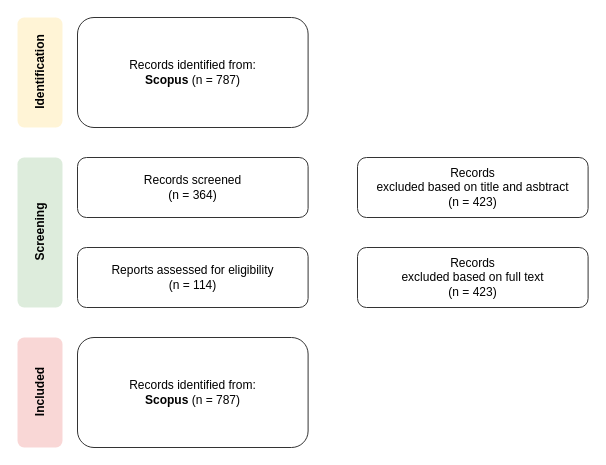
Before: SLR-Method.drawio in ariesharry/SLR-Production-Scheduling, a draw.io diagram. Source tidied: cells renumbered, new cells numbered last; positions are measured from the earlier drawing's top-left corner, leaving out a move shared by most shapes. Both pictures are drawn from the tidied source at 100%, with x=0, y=0 at pixel (17, 17).
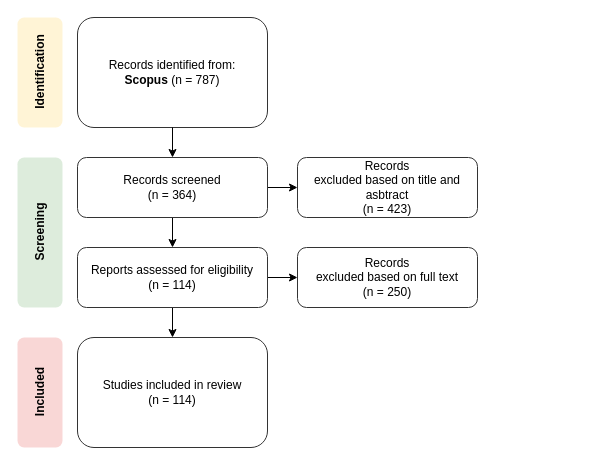
The same page after the edit.

What changed in the source:
```diff
@@
 <mxGraphModel>
   <root>
     <mxCell id="0" />
     <mxCell id="1" parent="0" />
     <mxCell id="2" value="Identification" style="rounded=1;whiteSpace=wrap;html=1;fillColor=#fff2cc;strokeColor=none;opacity=80;horizontal=0;fontStyle=1;" parent="1" vertex="1">
       <mxGeometry width="45" height="110" as="geometry" />
     </mxCell>
     <mxCell id="3" value="&lt;span style=&quot;font-size:9.0pt;mso-bidi-font-size:&lt;br/&gt;10.0pt;line-height:107%;font-family:&amp;quot;Arial&amp;quot;,sans-serif;mso-fareast-font-family:&lt;br/&gt;Calibri;mso-fareast-theme-font:minor-latin;color:black;mso-themecolor:text1;&lt;br/&gt;mso-ansi-language:EN-AU;mso-fareast-language:EN-US;mso-bidi-language:AR-SA&quot; lang=&quot;EN-AU&quot;&gt;Records identified from:&lt;br&gt;&lt;b&gt;Scopus&lt;/b&gt; (n = 787)&lt;br&gt;&lt;/span&gt;" style="rounded=1;whiteSpace=wrap;html=1;fillColor=none;strokeColor=#333333;" parent="1" vertex="1">
-      <mxGeometry x="60" width="230.6" height="110" as="geometry" />
+      <mxGeometry x="60" width="190" height="110" as="geometry" />
     </mxCell>
+    <mxCell id="11" style="edgeStyle=orthogonalEdgeStyle;rounded=0;jettySize=auto;html=1;exitX=0.5;exitY=1;exitDx=0;exitDy=0;entryX=0.5;entryY=0;entryDx=0;entryDy=0;" parent="1" edge="1" source="4" target="7">
+      <mxGeometry relative="1" as="geometry" />
+    </mxCell>
+    <mxCell id="12" style="edgeStyle=orthogonalEdgeStyle;rounded=0;jettySize=auto;html=1;exitX=1;exitY=0.5;exitDx=0;exitDy=0;entryX=0;entryY=0.5;entryDx=0;entryDy=0;" parent="1" edge="1" source="4" target="5">
+      <mxGeometry relative="1" as="geometry" />
+    </mxCell>
     <mxCell id="4" value="Records screened&lt;br&gt;(n = 364)" style="rounded=1;whiteSpace=wrap;html=1;fillColor=none;strokeColor=#333333;" parent="1" vertex="1">
-      <mxGeometry x="60" y="140" width="230.6" height="60" as="geometry" />
+      <mxGeometry x="60" y="140" width="190" height="60" as="geometry" />
     </mxCell>
     <mxCell id="5" value="&lt;span style=&quot;font-size:9.0pt;mso-bidi-font-size:&lt;br/&gt;10.0pt;line-height:107%;font-family:&amp;quot;Arial&amp;quot;,sans-serif;mso-fareast-font-family:&lt;br/&gt;Calibri;mso-fareast-theme-font:minor-latin;color:black;mso-themecolor:text1;&lt;br/&gt;mso-ansi-language:EN-AU;mso-fareast-language:EN-US;mso-bidi-language:AR-SA&quot; lang=&quot;EN-AU&quot;&gt;Records&lt;br&gt;excluded based on title and asbtract&lt;br&gt;(n = 423)&lt;br&gt;&lt;/span&gt;" style="rounded=1;whiteSpace=wrap;html=1;fillColor=none;strokeColor=#333333;" parent="1" vertex="1">
-      <mxGeometry x="340" y="140" width="230.6" height="60" as="geometry" />
+      <mxGeometry x="280" y="140" width="180" height="60" as="geometry" />
     </mxCell>
     <mxCell id="6" value="Screening" style="rounded=1;whiteSpace=wrap;html=1;fillColor=#d5e8d4;strokeColor=none;opacity=80;horizontal=0;fontStyle=1;" parent="1" vertex="1">
       <mxGeometry y="140" width="45" height="150" as="geometry" />
     </mxCell>
+    <mxCell id="13" style="edgeStyle=orthogonalEdgeStyle;rounded=0;jettySize=auto;html=1;exitX=0.5;exitY=1;exitDx=0;exitDy=0;" parent="1" edge="1" source="7" target="9">
+      <mxGeometry relative="1" as="geometry" />
+    </mxCell>
+    <mxCell id="14" style="edgeStyle=orthogonalEdgeStyle;rounded=0;jettySize=auto;html=1;exitX=1;exitY=0.5;exitDx=0;exitDy=0;entryX=0;entryY=0.5;entryDx=0;entryDy=0;" parent="1" edge="1" source="7" target="10">
+      <mxGeometry relative="1" as="geometry" />
+    </mxCell>
     <mxCell id="7" value="&lt;div&gt;Reports assessed for eligibility&lt;/div&gt;&lt;div&gt;(n = 114)&lt;/div&gt;" style="rounded=1;whiteSpace=wrap;html=1;fillColor=none;strokeColor=#333333;" parent="1" vertex="1">
-      <mxGeometry x="60" y="230" width="230.6" height="60" as="geometry" />
+      <mxGeometry x="60" y="230" width="190" height="60" as="geometry" />
     </mxCell>
     <mxCell id="8" value="Included" style="rounded=1;whiteSpace=wrap;html=1;fillColor=#f8cecc;strokeColor=none;opacity=80;horizontal=0;fontStyle=1;" parent="1" vertex="1">
       <mxGeometry y="320" width="45" height="110" as="geometry" />
     </mxCell>
-    <mxCell id="9" value="&lt;span style=&quot;font-size:9.0pt;mso-bidi-font-size:&lt;br/&gt;10.0pt;line-height:107%;font-family:&amp;quot;Arial&amp;quot;,sans-serif;mso-fareast-font-family:&lt;br/&gt;Calibri;mso-fareast-theme-font:minor-latin;color:black;mso-themecolor:text1;&lt;br/&gt;mso-ansi-language:EN-AU;mso-fareast-language:EN-US;mso-bidi-language:AR-SA&quot; lang=&quot;EN-AU&quot;&gt;Records identified from:&lt;br&gt;&lt;b&gt;Scopus&lt;/b&gt; (n = 787)&lt;br&gt;&lt;/span&gt;" style="rounded=1;whiteSpace=wrap;html=1;fillColor=none;strokeColor=#333333;" parent="1" vertex="1">
-      <mxGeometry x="60" y="320" width="230.6" height="110" as="geometry" />
+    <mxCell id="9" value="&lt;span style=&quot;font-size:9.0pt;mso-bidi-font-size:&lt;br/&gt;10.0pt;line-height:107%;font-family:&amp;quot;Arial&amp;quot;,sans-serif;mso-fareast-font-family:&lt;br/&gt;Calibri;mso-fareast-theme-font:minor-latin;color:black;mso-themecolor:text1;&lt;br/&gt;mso-ansi-language:EN-AU;mso-fareast-language:EN-US;mso-bidi-language:AR-SA&quot; lang=&quot;EN-AU&quot;&gt;Studies included in review&lt;br&gt;(n =&amp;nbsp;114)&lt;br&gt;&lt;/span&gt;" style="rounded=1;whiteSpace=wrap;html=1;fillColor=none;strokeColor=#333333;" parent="1" vertex="1">
+      <mxGeometry x="60" y="320" width="190" height="110" as="geometry" />
     </mxCell>
-    <mxCell id="10" value="&lt;span style=&quot;font-size:9.0pt;mso-bidi-font-size:&lt;br/&gt;10.0pt;line-height:107%;font-family:&amp;quot;Arial&amp;quot;,sans-serif;mso-fareast-font-family:&lt;br/&gt;Calibri;mso-fareast-theme-font:minor-latin;color:black;mso-themecolor:text1;&lt;br/&gt;mso-ansi-language:EN-AU;mso-fareast-language:EN-US;mso-bidi-language:AR-SA&quot; lang=&quot;EN-AU&quot;&gt;Records&lt;br&gt;excluded based on full text&lt;br&gt;(n = 423)&lt;br&gt;&lt;/span&gt;" style="rounded=1;whiteSpace=wrap;html=1;fillColor=none;strokeColor=#333333;" parent="1" vertex="1">
-      <mxGeometry x="340" y="230" width="230.6" height="60" as="geometry" />
+    <mxCell id="10" value="&lt;span style=&quot;font-size:9.0pt;mso-bidi-font-size:&lt;br/&gt;10.0pt;line-height:107%;font-family:&amp;quot;Arial&amp;quot;,sans-serif;mso-fareast-font-family:&lt;br/&gt;Calibri;mso-fareast-theme-font:minor-latin;color:black;mso-themecolor:text1;&lt;br/&gt;mso-ansi-language:EN-AU;mso-fareast-language:EN-US;mso-bidi-language:AR-SA&quot; lang=&quot;EN-AU&quot;&gt;Records&lt;br&gt;excluded based on full text&lt;br&gt;(n = 250)&lt;br&gt;&lt;/span&gt;" style="rounded=1;whiteSpace=wrap;html=1;fillColor=none;strokeColor=#333333;" parent="1" vertex="1">
+      <mxGeometry x="280" y="230" width="180" height="60" as="geometry" />
     </mxCell>
+    <mxCell id="15" style="endArrow=classic;html=1;rounded=0;exitX=0.5;exitY=1;exitDx=0;exitDy=0;entryX=0.5;entryY=0;entryDx=0;entryDy=0;" parent="1" edge="1" source="3" target="4">
+      <mxGeometry relative="1" as="geometry" />
+    </mxCell>
   </root>
 </mxGraphModel>
```
